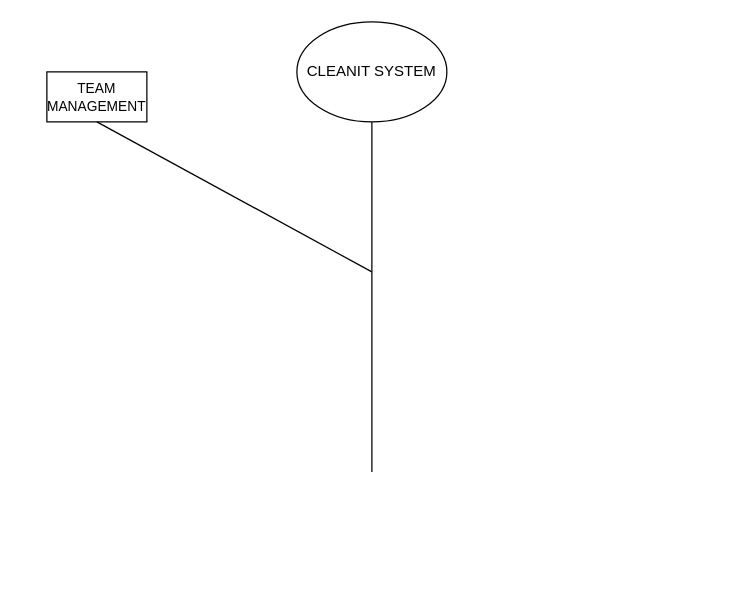
Before: Untitled Diagram.drawio in HAIWANG211/AlgorithmAndDataStructure, a draw.io diagram. Source tidied: cells renumbered, new cells numbered last; positions are measured from the earlier drawing's top-left corner, leaving out a move shared by most shapes. Both pictures are drawn from the tidied source at 125%, with x=0, y=0 at pixel (46, 21).
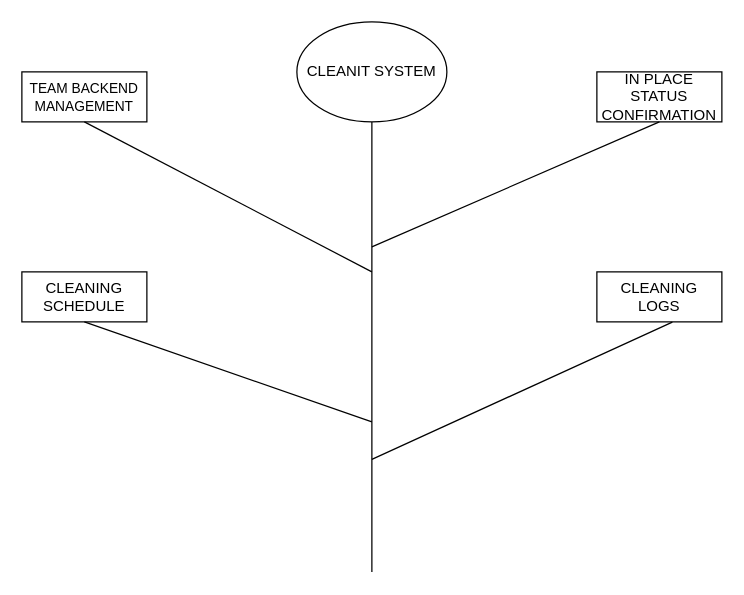
Above is the later version.

Change to the diagram source:
```diff
@@
 <mxGraphModel>
   <root>
     <mxCell id="0" />
     <mxCell id="1" parent="0" />
     <mxCell id="2" value="CLEANIT SYSTEM" style="ellipse;whiteSpace=wrap;html=1;" parent="1" vertex="1">
       <mxGeometry x="200" width="120" height="80" as="geometry" />
     </mxCell>
     <mxCell id="3" style="endArrow=none;html=1;entryX=0.5;entryY=1;entryDx=0;entryDy=0;" parent="1" edge="1" target="2">
       <mxGeometry relative="1" as="geometry">
-        <mxPoint x="260" y="360" as="sourcePoint" />
+        <mxPoint x="260" y="440" as="sourcePoint" />
       </mxGeometry>
     </mxCell>
-    <mxCell id="4" value="&lt;font style=&quot;font-size: 11px&quot;&gt;TEAM MANAGEMENT&lt;/font&gt;" style="rounded=0;whiteSpace=wrap;html=1;" parent="1" vertex="1">
-      <mxGeometry y="40" width="80" height="40" as="geometry" />
+    <mxCell id="4" value="&lt;font style=&quot;font-size: 11px&quot;&gt;TEAM BACKEND MANAGEMENT&lt;/font&gt;" style="rounded=0;whiteSpace=wrap;html=1;" parent="1" vertex="1">
+      <mxGeometry x="-20" y="40" width="100" height="40" as="geometry" />
     </mxCell>
     <mxCell id="5" style="endArrow=none;html=1;entryX=0.5;entryY=1;entryDx=0;entryDy=0;" parent="1" edge="1" target="4">
       <mxGeometry relative="1" as="geometry">
         <mxPoint x="260" y="200" as="sourcePoint" />
       </mxGeometry>
     </mxCell>
+    <mxCell id="6" value="IN PLACE STATUS CONFIRMATION" style="rounded=0;whiteSpace=wrap;html=1;" parent="1" vertex="1">
+      <mxGeometry x="440" y="40" width="100" height="40" as="geometry" />
+    </mxCell>
+    <mxCell id="7" style="endArrow=none;html=1;entryX=0.5;entryY=1;entryDx=0;entryDy=0;" parent="1" edge="1" target="6">
+      <mxGeometry relative="1" as="geometry">
+        <mxPoint x="260" y="180" as="sourcePoint" />
+      </mxGeometry>
+    </mxCell>
+    <mxCell id="8" value="CLEANING SCHEDULE" style="rounded=0;whiteSpace=wrap;html=1;" parent="1" vertex="1">
+      <mxGeometry x="-20" y="200" width="100" height="40" as="geometry" />
+    </mxCell>
+    <mxCell id="9" value="CLEANING LOGS" style="rounded=0;whiteSpace=wrap;html=1;" parent="1" vertex="1">
+      <mxGeometry x="440" y="200" width="100" height="40" as="geometry" />
+    </mxCell>
+    <mxCell id="10" style="endArrow=none;html=1;" parent="1" edge="1">
+      <mxGeometry relative="1" as="geometry">
+        <mxPoint x="260" y="320" as="sourcePoint" />
+        <mxPoint x="30" y="240" as="targetPoint" />
+      </mxGeometry>
+    </mxCell>
+    <mxCell id="11" style="endArrow=none;html=1;entryX=0.604;entryY=1.006;entryDx=0;entryDy=0;entryPerimeter=0;" parent="1" edge="1" target="9">
+      <mxGeometry relative="1" as="geometry">
+        <mxPoint x="260" y="350" as="sourcePoint" />
+      </mxGeometry>
+    </mxCell>
   </root>
 </mxGraphModel>
```
